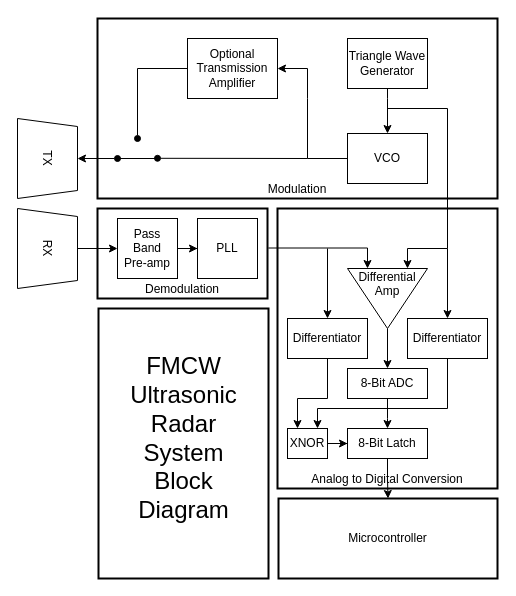
palexander23/ultrasound-radar-circuit-design keeps this draw.io diagram as BlockDiagram/SystemBlockDiagram.drawio. Above is the earlier version. Source tidied: cells renumbered, new cells numbered last; positions are measured from the earlier drawing's top-left corner, leaving out a move shared by most shapes. Both pictures are drawn from the tidied source at 100%, with x=0, y=0 at pixel (7, 18).
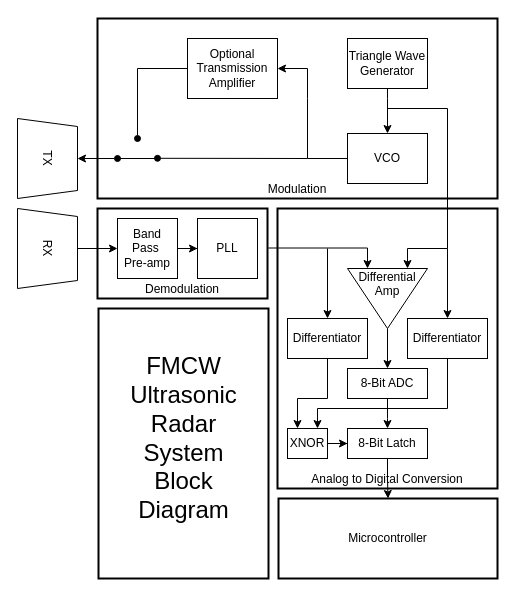
The same diagram, later.

Commit message (it also covers changes not shown here):
Fix error in Band Pass Amplifier block

Change to the diagram source:
```diff
@@
-    <mxCell id="22" value="Pass Band &lt;br&gt;Pre-amp" style="rounded=0;whiteSpace=wrap;html=1;" parent="1" vertex="1">
+    <mxCell id="22" value="Band Pass&amp;nbsp;&lt;br&gt;Pre-amp" style="rounded=0;whiteSpace=wrap;html=1;" parent="1" vertex="1">
       <mxGeometry x="110" y="200" width="60" height="60" as="geometry" />
     </mxCell>
```
